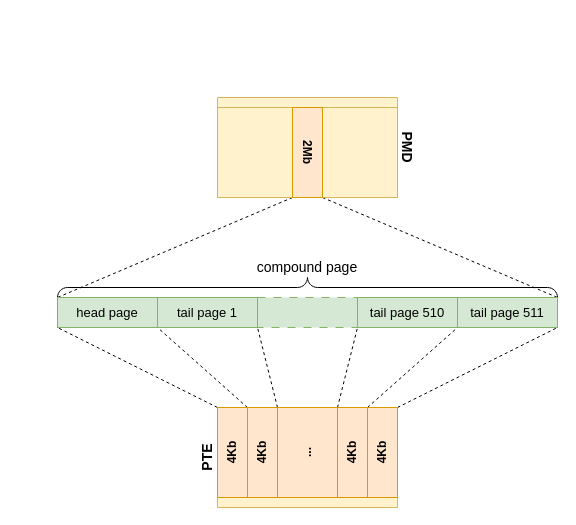
The draw.io diagram images/compound_page.drawio in GadeevDmitry/Bachelor-diploma, before the edit. Source tidied: cells renumbered, new cells numbered last; positions are measured from the earlier drawing's top-left corner, leaving out a move shared by most shapes. Both pictures are drawn from the tidied source at 100%, with x=0, y=0 at pixel (57, 57).
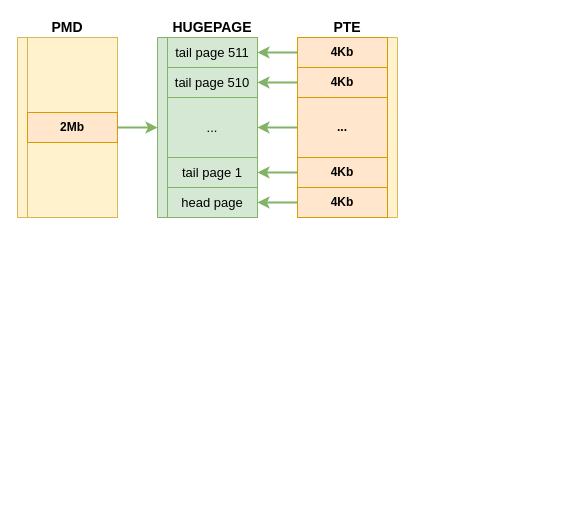
The same diagram, later.

Change to the diagram source:
```diff
@@
-    <mxCell id="2" style="group;" parent="1" vertex="1">
-      <mxGeometry y="40" width="500" height="410" as="geometry" />
-    </mxCell>
-    <mxCell id="3" style="rounded=0;jettySize=auto;html=1;exitX=1;exitY=1;exitDx=0;exitDy=0;entryX=0;entryY=0;entryDx=0;entryDy=0;endArrow=none;endFill=0;dashed=1;" parent="2" edge="1" source="21" target="13">
-      <mxGeometry relative="1" as="geometry" />
-    </mxCell>
-    <mxCell id="4" style="rounded=0;jettySize=auto;html=1;exitX=1;exitY=0;exitDx=0;exitDy=0;entryX=1;entryY=0;entryDx=0;entryDy=0;endArrow=none;endFill=0;dashed=1;" parent="2" edge="1" source="21" target="17">
-      <mxGeometry relative="1" as="geometry" />
-    </mxCell>
-    <mxCell id="5" style="rounded=0;jettySize=auto;html=1;exitX=1;exitY=0;exitDx=0;exitDy=0;entryX=0;entryY=1;entryDx=0;entryDy=0;endArrow=none;endFill=0;dashed=1;" parent="2" edge="1" source="27" target="13">
-      <mxGeometry relative="1" as="geometry" />
-    </mxCell>
-    <mxCell id="6" style="rounded=0;jettySize=auto;html=1;exitX=1;exitY=0;exitDx=0;exitDy=0;entryX=0;entryY=1;entryDx=0;entryDy=0;endArrow=none;endFill=0;dashed=1;" parent="2" edge="1" source="28" target="15">
-      <mxGeometry relative="1" as="geometry" />
-    </mxCell>
-    <mxCell id="7" style="rounded=0;jettySize=auto;html=1;exitX=1;exitY=1;exitDx=0;exitDy=0;entryX=1;entryY=1;entryDx=0;entryDy=0;endArrow=none;endFill=0;dashed=1;" parent="2" edge="1" source="28" target="15">
-      <mxGeometry relative="1" as="geometry" />
-    </mxCell>
-    <mxCell id="8" style="rounded=0;jettySize=auto;html=1;exitX=1;exitY=0;exitDx=0;exitDy=0;entryX=0;entryY=1;entryDx=0;entryDy=0;endArrow=none;endFill=0;dashed=1;" parent="2" edge="1" source="26" target="16">
-      <mxGeometry relative="1" as="geometry" />
-    </mxCell>
-    <mxCell id="9" style="rounded=0;jettySize=auto;html=1;exitX=1;exitY=1;exitDx=0;exitDy=0;entryX=0;entryY=1;entryDx=0;entryDy=0;endArrow=none;endFill=0;dashed=1;" parent="2" edge="1" source="26" target="17">
-      <mxGeometry relative="1" as="geometry" />
-    </mxCell>
-    <mxCell id="10" style="rounded=0;jettySize=auto;html=1;exitX=1;exitY=1;exitDx=0;exitDy=0;entryX=1;entryY=1;entryDx=0;entryDy=0;endArrow=none;endFill=0;dashed=1;" parent="2" edge="1" source="22" target="17">
-      <mxGeometry relative="1" as="geometry" />
-    </mxCell>
-    <mxCell id="11" style="verticalLabelPosition=bottom;shadow=0;dashed=0;align=center;html=1;verticalAlign=top;strokeWidth=1;shape=mxgraph.mockup.markup.curlyBrace;whiteSpace=wrap;strokeColor=light-dark(#000000, #6a6a6a);" parent="2" vertex="1">
-      <mxGeometry y="180" width="500" height="20" as="geometry" />
-    </mxCell>
-    <mxCell id="12" value="&lt;font style=&quot;font-size: 14px;&quot;&gt;compound page&lt;/font&gt;" style="text;html=1;whiteSpace=wrap;strokeColor=none;fillColor=none;align=center;verticalAlign=middle;rounded=0;" parent="2" vertex="1">
-      <mxGeometry x="180" y="160" width="140" height="20" as="geometry" />
-    </mxCell>
+    <mxCell id="29" style="swimlane;horizontal=0;whiteSpace=wrap;html=1;startSize=10;fillColor=#d5e8d4;strokeColor=#82b366;" parent="1" vertex="1">
+      <mxGeometry x="100" y="-20" width="100" height="180" as="geometry" />
+    </mxCell>
+    <mxCell id="30" style="edgeStyle=orthogonalEdgeStyle;rounded=0;jettySize=auto;html=1;exitX=1;exitY=0.5;exitDx=0;exitDy=0;entryX=0;entryY=0.5;entryDx=0;entryDy=0;strokeWidth=2;fillColor=#d5e8d4;strokeColor=#82b366;" parent="1" edge="1" source="31" target="29">
+      <mxGeometry relative="1" as="geometry" />
+    </mxCell>
+    <mxCell id="31" style="swimlane;horizontal=0;whiteSpace=wrap;html=1;startSize=10;fillColor=#fff2cc;strokeColor=#d6b656;" parent="1" vertex="1">
+      <mxGeometry x="-40" y="-20" width="100" height="180" as="geometry" />
+    </mxCell>
+    <mxCell id="32" style="rounded=0;whiteSpace=wrap;html=1;fillColor=#fff2cc;strokeColor=#d6b656;" parent="31" vertex="1">
+      <mxGeometry x="10" width="90" height="180" as="geometry" />
+    </mxCell>
+    <mxCell id="21" value="&lt;b&gt;2Mb&lt;/b&gt;" style="rounded=0;whiteSpace=wrap;html=1;fillColor=#ffe6cc;strokeColor=#d79b00;" parent="31" vertex="1">
+      <mxGeometry x="10" y="75" width="90" height="30" as="geometry" />
+    </mxCell>
+    <mxCell id="19" value="&lt;b&gt;&lt;font style=&quot;font-size: 14px;&quot;&gt;PMD&lt;/font&gt;&lt;/b&gt;" style="text;html=1;whiteSpace=wrap;strokeColor=none;fillColor=none;align=center;verticalAlign=middle;rounded=0;" parent="1" vertex="1">
+      <mxGeometry x="-40" y="-40" width="100" height="20" as="geometry" />
+    </mxCell>
+    <mxCell id="33" style="group;" parent="1" vertex="1">
+      <mxGeometry x="240" y="-40" width="100" height="200" as="geometry" />
+    </mxCell>
+    <mxCell id="34" style="swimlane;horizontal=0;whiteSpace=wrap;html=1;startSize=10;rotation=-180;fillColor=#fff2cc;strokeColor=#d6b656;" parent="33" vertex="1">
+      <mxGeometry y="20" width="100" height="180" as="geometry" />
+    </mxCell>
+    <mxCell id="35" value="&lt;b&gt;4Kb&lt;/b&gt;" style="rounded=0;whiteSpace=wrap;html=1;fillColor=#ffe6cc;strokeColor=#d79b00;" parent="34" vertex="1">
+      <mxGeometry y="150" width="90" height="30" as="geometry" />
+    </mxCell>
+    <mxCell id="36" value="&lt;b&gt;4Kb&lt;/b&gt;" style="rounded=0;whiteSpace=wrap;html=1;fillColor=#ffe6cc;strokeColor=#d79b00;" parent="34" vertex="1">
+      <mxGeometry y="120" width="90" height="30" as="geometry" />
+    </mxCell>
+    <mxCell id="37" value="&lt;b&gt;4Kb&lt;/b&gt;" style="rounded=0;whiteSpace=wrap;html=1;fillColor=#ffe6cc;strokeColor=#d79b00;" parent="34" vertex="1">
+      <mxGeometry width="90" height="30" as="geometry" />
+    </mxCell>
+    <mxCell id="38" value="&lt;b&gt;4Kb&lt;/b&gt;" style="rounded=0;whiteSpace=wrap;html=1;fillColor=#ffe6cc;strokeColor=#d79b00;" parent="34" vertex="1">
+      <mxGeometry y="30" width="90" height="30" as="geometry" />
+    </mxCell>
+    <mxCell id="39" value="&lt;b&gt;...&lt;/b&gt;" style="rounded=0;whiteSpace=wrap;html=1;fillColor=#ffe6cc;strokeColor=#d79b00;" parent="34" vertex="1">
+      <mxGeometry y="60" width="90" height="60" as="geometry" />
+    </mxCell>
+    <mxCell id="23" value="&lt;b&gt;&lt;font style=&quot;font-size: 14px;&quot;&gt;PTE&lt;/font&gt;&lt;/b&gt;" style="text;html=1;whiteSpace=wrap;strokeColor=none;fillColor=none;align=center;verticalAlign=middle;rounded=0;" parent="33" vertex="1">
+      <mxGeometry width="100" height="20" as="geometry" />
+    </mxCell>
+    <mxCell id="40" style="group;" parent="1" vertex="1">
+      <mxGeometry x="110" y="-40" width="90" height="200" as="geometry" />
+    </mxCell>
-    <mxCell id="13" value="&lt;font style=&quot;font-size: 13px;&quot;&gt;head page&lt;/font&gt;" style="rounded=0;whiteSpace=wrap;html=1;fillColor=#d5e8d4;strokeColor=#82b366;" parent="2" vertex="1">
-      <mxGeometry y="200" width="100" height="30" as="geometry" />
+    <mxCell id="13" value="&lt;font style=&quot;font-size: 13px;&quot;&gt;head page&lt;/font&gt;" style="rounded=0;whiteSpace=wrap;html=1;fillColor=#d5e8d4;strokeColor=#82b366;" parent="40" vertex="1">
+      <mxGeometry y="170" width="90" height="30" as="geometry" />
     </mxCell>
-    <mxCell id="14" style="rounded=0;whiteSpace=wrap;html=1;dashed=1;dashPattern=8 8;strokeColor=#82b366;fillColor=#d5e8d4;" parent="2" vertex="1">
-      <mxGeometry x="200" y="200" width="100" height="30" as="geometry" />
-    </mxCell>
-    <mxCell id="15" value="&lt;font style=&quot;font-size: 13px;&quot;&gt;tail page 1&lt;/font&gt;" style="rounded=0;whiteSpace=wrap;html=1;fillColor=#d5e8d4;strokeColor=#82b366;" parent="2" vertex="1">
-      <mxGeometry x="100" y="200" width="100" height="30" as="geometry" />
+    <mxCell id="15" value="&lt;font style=&quot;font-size: 13px;&quot;&gt;tail page 1&lt;/font&gt;" style="rounded=0;whiteSpace=wrap;html=1;fillColor=#d5e8d4;strokeColor=#82b366;" parent="40" vertex="1">
+      <mxGeometry y="140" width="90" height="30" as="geometry" />
     </mxCell>
-    <mxCell id="16" value="&lt;font style=&quot;font-size: 13px;&quot;&gt;tail page 510&lt;/font&gt;" style="rounded=0;whiteSpace=wrap;html=1;fillColor=#d5e8d4;strokeColor=#82b366;" parent="2" vertex="1">
-      <mxGeometry x="300" y="200" width="100" height="30" as="geometry" />
+    <mxCell id="16" value="&lt;font style=&quot;font-size: 13px;&quot;&gt;tail page 510&lt;/font&gt;" style="rounded=0;whiteSpace=wrap;html=1;fillColor=#d5e8d4;strokeColor=#82b366;" parent="40" vertex="1">
+      <mxGeometry y="50" width="90" height="30" as="geometry" />
     </mxCell>
-    <mxCell id="17" value="&lt;font style=&quot;font-size: 13px;&quot;&gt;tail page 511&lt;/font&gt;" style="rounded=0;whiteSpace=wrap;html=1;fillColor=#d5e8d4;strokeColor=#82b366;" parent="2" vertex="1">
-      <mxGeometry x="400" y="200" width="100" height="30" as="geometry" />
+    <mxCell id="17" value="&lt;font style=&quot;font-size: 13px;&quot;&gt;tail page 511&lt;/font&gt;" style="rounded=0;whiteSpace=wrap;html=1;fillColor=#d5e8d4;strokeColor=#82b366;" parent="40" vertex="1">
+      <mxGeometry y="20" width="90" height="30" as="geometry" />
     </mxCell>
-    <mxCell id="18" style="swimlane;horizontal=0;whiteSpace=wrap;html=1;startSize=10;fillColor=#fff2cc;strokeColor=#d6b656;fontStyle=0;rotation=90;" parent="2" vertex="1">
-      <mxGeometry x="200" y="-40" width="100" height="180" as="geometry" />
-    </mxCell>
-    <mxCell id="19" value="&lt;b&gt;&lt;font style=&quot;font-size: 14px;&quot;&gt;PMD&lt;/font&gt;&lt;/b&gt;" style="text;html=1;whiteSpace=wrap;strokeColor=none;fillColor=none;align=center;verticalAlign=middle;rounded=0;fontStyle=0;rotation=90;" parent="2" vertex="1">
-      <mxGeometry x="300" y="40" width="100" height="20" as="geometry" />
-    </mxCell>
-    <mxCell id="20" style="rounded=0;whiteSpace=wrap;html=1;fillColor=#fff2cc;strokeColor=#d6b656;fontStyle=0;rotation=90;" parent="2" vertex="1">
-      <mxGeometry x="205" y="-35" width="90" height="180" as="geometry" />
-    </mxCell>
-    <mxCell id="21" value="&lt;b&gt;2Mb&lt;/b&gt;" style="rounded=0;whiteSpace=wrap;html=1;fillColor=#ffe6cc;strokeColor=#d79b00;fontStyle=0;rotation=90;" parent="2" vertex="1">
-      <mxGeometry x="205" y="40" width="90" height="30" as="geometry" />
-    </mxCell>
-    <mxCell id="22" style="swimlane;horizontal=0;whiteSpace=wrap;html=1;startSize=10;fillColor=#fff2cc;strokeColor=#d6b656;rotation=-90;" parent="2" vertex="1">
-      <mxGeometry x="200" y="270" width="100" height="180" as="geometry" />
-    </mxCell>
-    <mxCell id="23" value="&lt;b&gt;&lt;font style=&quot;font-size: 14px;&quot;&gt;PTE&lt;/font&gt;&lt;/b&gt;" style="text;html=1;whiteSpace=wrap;strokeColor=none;fillColor=none;align=center;verticalAlign=middle;rounded=0;rotation=-90;" parent="2" vertex="1">
-      <mxGeometry x="100" y="350" width="100" height="20" as="geometry" />
-    </mxCell>
-    <mxCell id="24" value="&lt;b&gt;...&lt;/b&gt;" style="rounded=0;whiteSpace=wrap;html=1;fillColor=#ffe6cc;strokeColor=#d79b00;rotation=-90;" parent="2" vertex="1">
-      <mxGeometry x="205" y="265" width="90" height="180" as="geometry" />
-    </mxCell>
-    <mxCell id="25" value="&lt;b&gt;4Kb&lt;/b&gt;" style="rounded=0;whiteSpace=wrap;html=1;fillColor=#ffe6cc;strokeColor=#d79b00;rotation=-90;" parent="2" vertex="1">
-      <mxGeometry x="280" y="340" width="90" height="30" as="geometry" />
-    </mxCell>
-    <mxCell id="26" value="&lt;b&gt;4Kb&lt;/b&gt;" style="rounded=0;whiteSpace=wrap;html=1;fillColor=#ffe6cc;strokeColor=#d79b00;rotation=-90;" parent="2" vertex="1">
-      <mxGeometry x="250" y="340" width="90" height="30" as="geometry" />
-    </mxCell>
-    <mxCell id="27" value="&lt;b&gt;4Kb&lt;/b&gt;" style="rounded=0;whiteSpace=wrap;html=1;fillColor=#ffe6cc;strokeColor=#d79b00;rotation=-90;" parent="2" vertex="1">
-      <mxGeometry x="130" y="340" width="90" height="30" as="geometry" />
-    </mxCell>
-    <mxCell id="28" value="&lt;b&gt;4Kb&lt;/b&gt;" style="rounded=0;whiteSpace=wrap;html=1;fillColor=#ffe6cc;strokeColor=#d79b00;rotation=-90;" parent="2" vertex="1">
-      <mxGeometry x="160" y="340" width="90" height="30" as="geometry" />
-    </mxCell>
+    <mxCell id="41" value="&lt;b&gt;&lt;font style=&quot;font-size: 14px;&quot;&gt;HUGEPAGE&lt;/font&gt;&lt;/b&gt;" style="text;html=1;whiteSpace=wrap;strokeColor=none;fillColor=none;align=center;verticalAlign=middle;rounded=0;" parent="40" vertex="1">
+      <mxGeometry width="90" height="20" as="geometry" />
+    </mxCell>
+    <mxCell id="42" value="&lt;font style=&quot;font-size: 13px;&quot;&gt;...&lt;/font&gt;" style="rounded=0;whiteSpace=wrap;html=1;fillColor=#d5e8d4;strokeColor=#82b366;" parent="40" vertex="1">
+      <mxGeometry y="80" width="90" height="60" as="geometry" />
+    </mxCell>
+    <mxCell id="43" style="edgeStyle=orthogonalEdgeStyle;rounded=0;jettySize=auto;html=1;exitX=0;exitY=0.5;exitDx=0;exitDy=0;entryX=1;entryY=0.5;entryDx=0;entryDy=0;strokeColor=#82b366;strokeWidth=2;align=center;verticalAlign=middle;fontFamily=Helvetica;fontSize=11;fontColor=default;labelBackgroundColor=default;endArrow=classic;fillColor=#d5e8d4;" parent="1" edge="1" source="35" target="13">
+      <mxGeometry relative="1" as="geometry" />
+    </mxCell>
+    <mxCell id="44" style="edgeStyle=orthogonalEdgeStyle;rounded=0;jettySize=auto;html=1;exitX=0;exitY=0.5;exitDx=0;exitDy=0;entryX=1;entryY=0.5;entryDx=0;entryDy=0;strokeColor=#82b366;strokeWidth=2;align=center;verticalAlign=middle;fontFamily=Helvetica;fontSize=11;fontColor=default;labelBackgroundColor=default;endArrow=classic;fillColor=#d5e8d4;" parent="1" edge="1" source="36" target="15">
+      <mxGeometry relative="1" as="geometry" />
+    </mxCell>
+    <mxCell id="45" style="edgeStyle=orthogonalEdgeStyle;rounded=0;jettySize=auto;html=1;exitX=1;exitY=0.5;exitDx=0;exitDy=0;entryX=1;entryY=0.5;entryDx=0;entryDy=0;strokeColor=#82b366;strokeWidth=2;align=center;verticalAlign=middle;fontFamily=Helvetica;fontSize=11;fontColor=default;labelBackgroundColor=default;endArrow=classic;fillColor=#d5e8d4;" parent="1" edge="1" source="34" target="42">
+      <mxGeometry relative="1" as="geometry" />
+    </mxCell>
+    <mxCell id="46" style="edgeStyle=orthogonalEdgeStyle;rounded=0;jettySize=auto;html=1;exitX=0;exitY=0.5;exitDx=0;exitDy=0;entryX=1;entryY=0.5;entryDx=0;entryDy=0;strokeColor=#82b366;strokeWidth=2;align=center;verticalAlign=middle;fontFamily=Helvetica;fontSize=11;fontColor=default;labelBackgroundColor=default;endArrow=classic;fillColor=#d5e8d4;" parent="1" edge="1" source="38" target="16">
+      <mxGeometry relative="1" as="geometry" />
+    </mxCell>
+    <mxCell id="47" style="edgeStyle=orthogonalEdgeStyle;rounded=0;jettySize=auto;html=1;exitX=0;exitY=0.5;exitDx=0;exitDy=0;entryX=1;entryY=0.5;entryDx=0;entryDy=0;strokeColor=#82b366;strokeWidth=2;align=center;verticalAlign=middle;fontFamily=Helvetica;fontSize=11;fontColor=default;labelBackgroundColor=default;endArrow=classic;fillColor=#d5e8d4;" parent="1" edge="1" source="37" target="17">
+      <mxGeometry relative="1" as="geometry" />
+    </mxCell>
```
